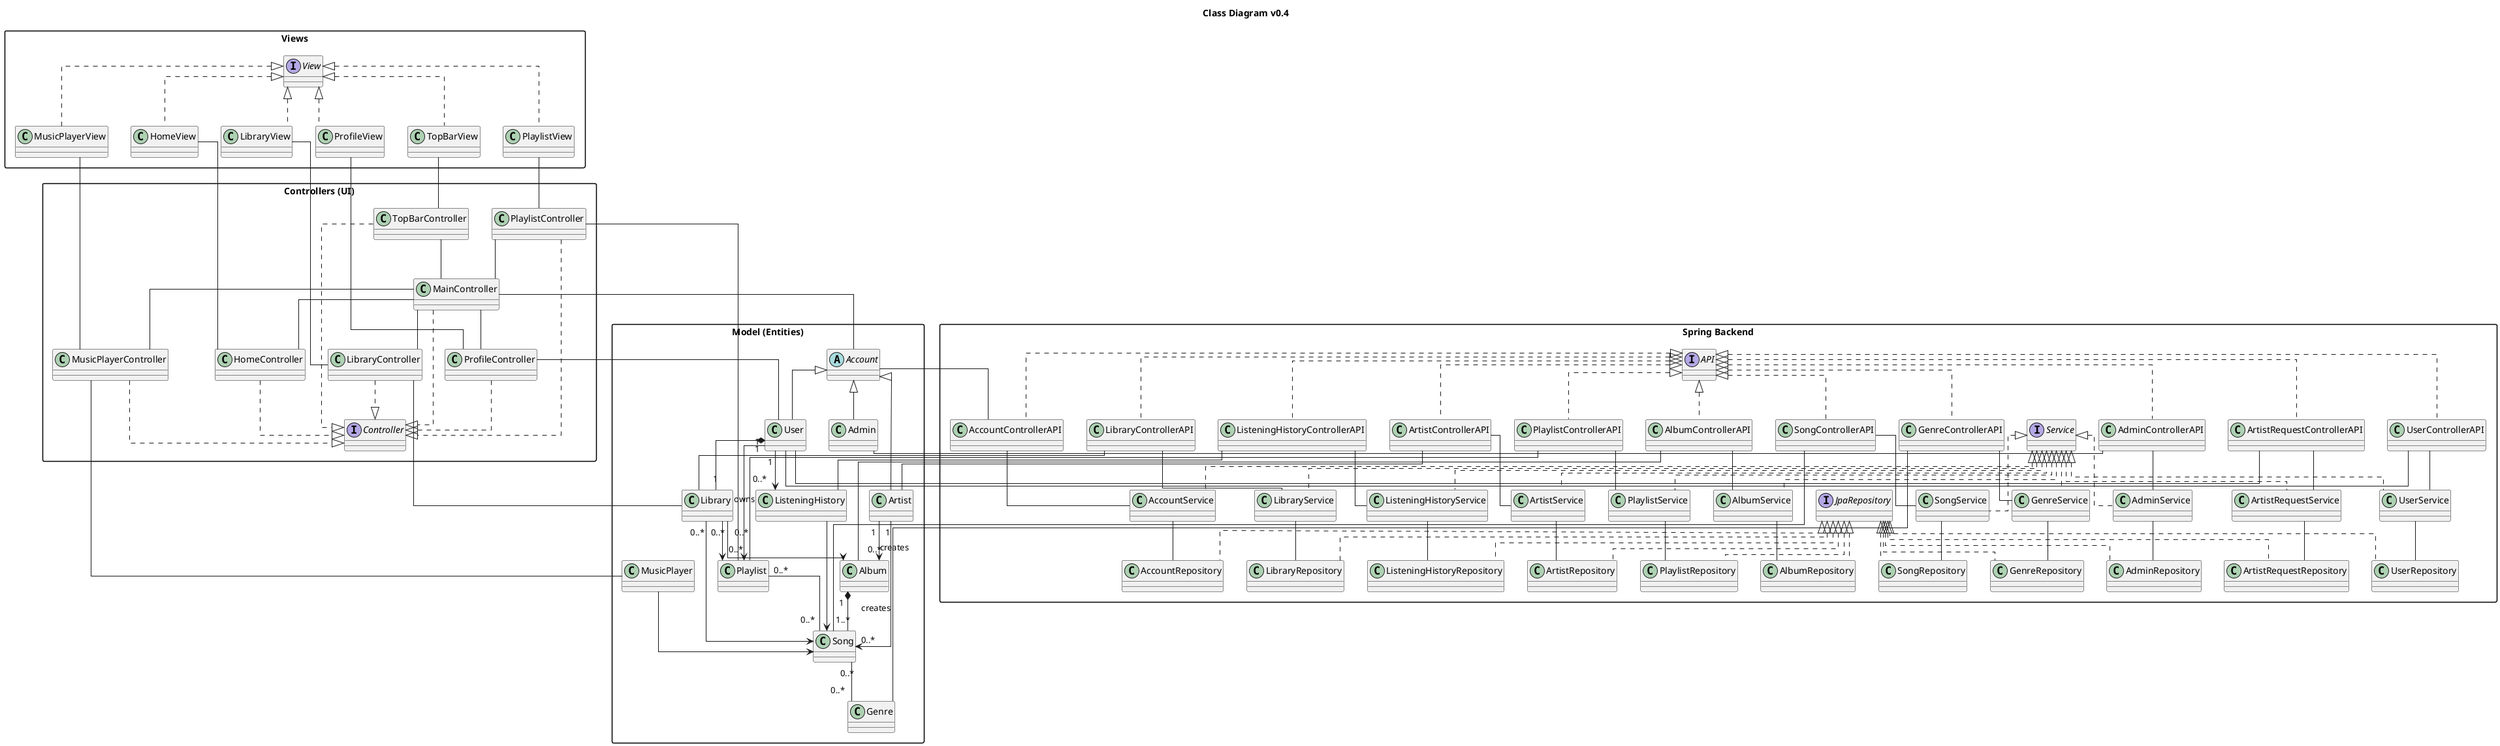
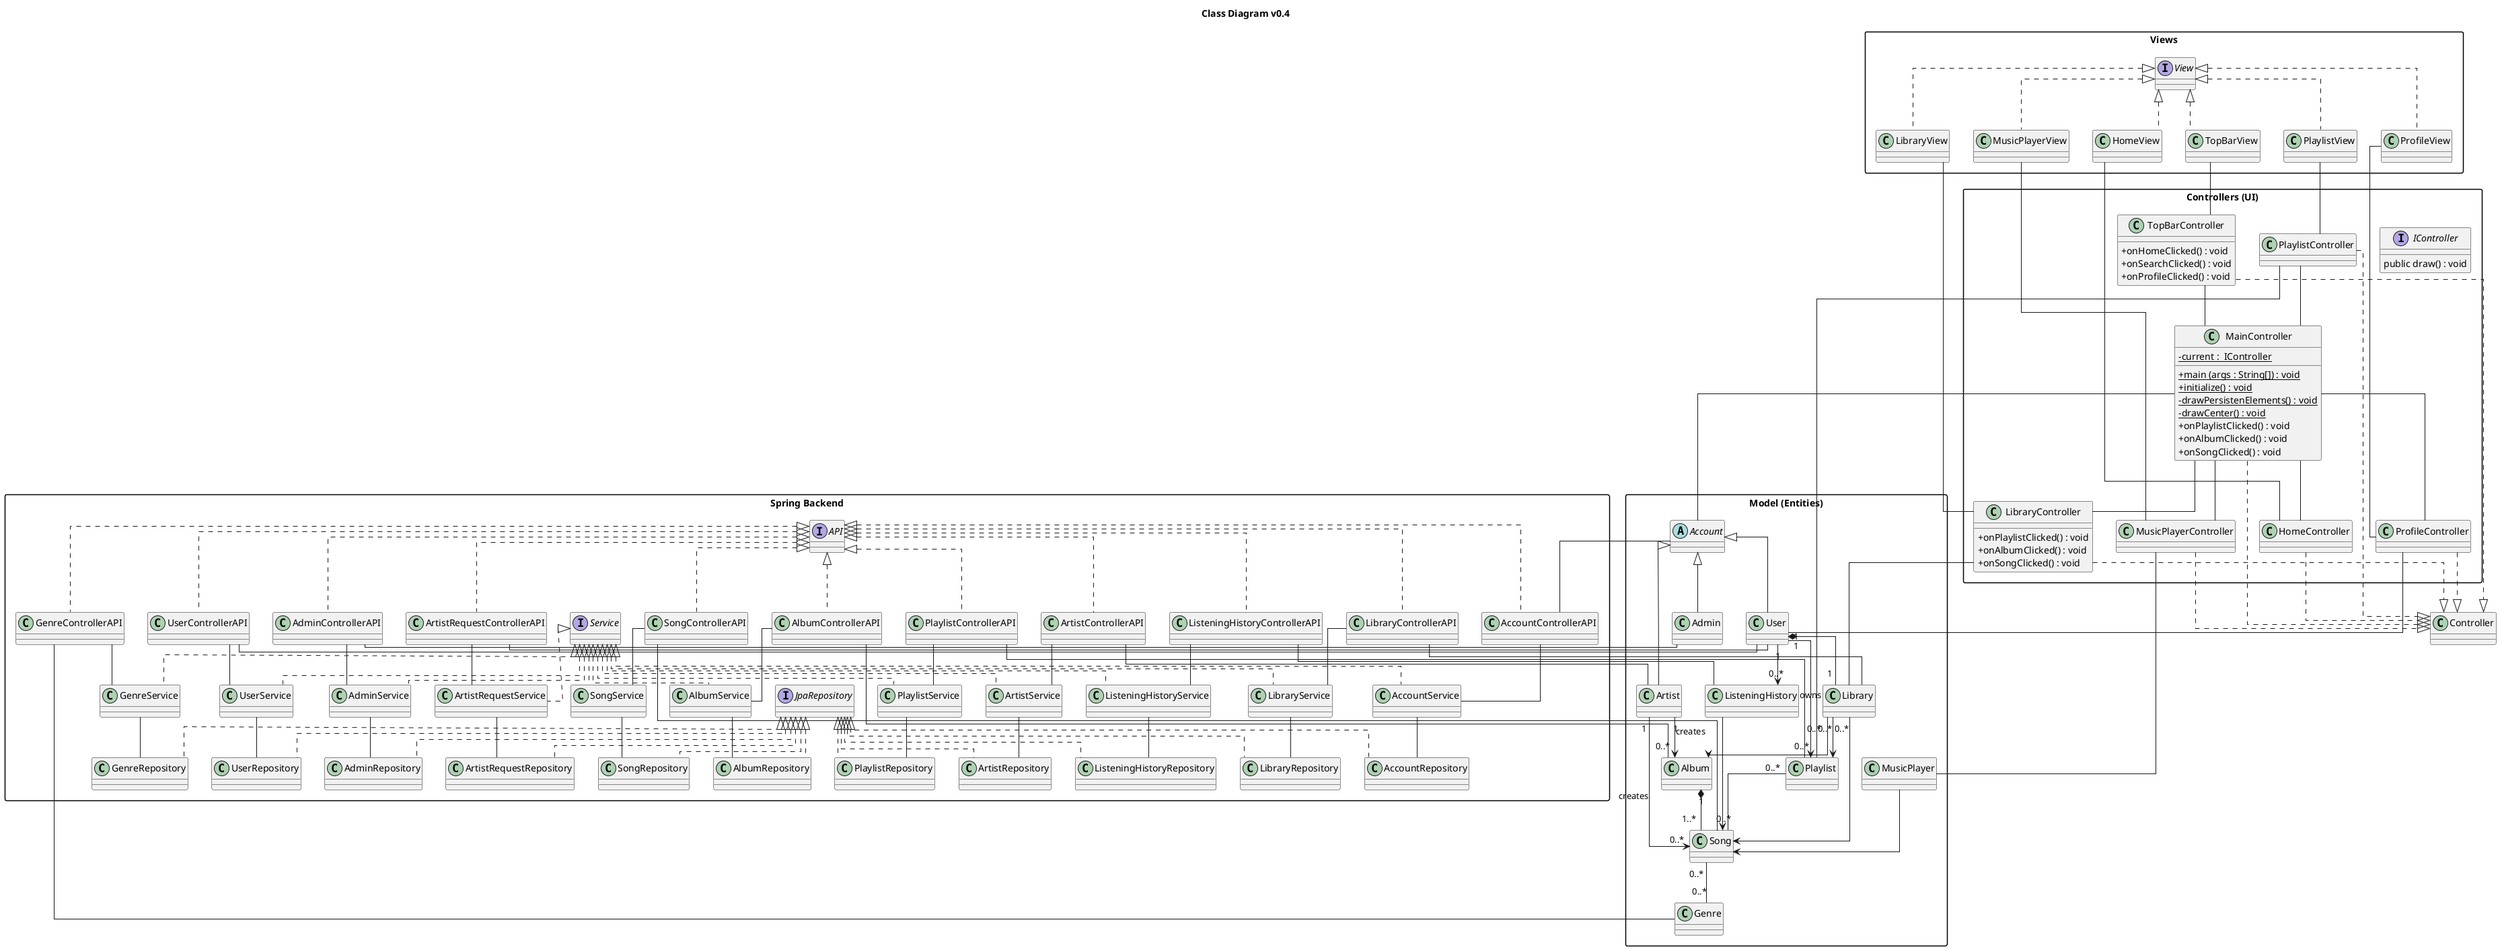
@startuml name

title Class Diagram v0.4

skinparam classAttributeIconSize 0
skinparam linetype ortho
skinparam packageStyle rectangle

' =====================
' DOMAIN LAYER (ENTITIES)
' =====================

package "Model (Entities)" {

    ' -------- ACCOUNT HIERARCHY --------
    abstract class Account
    class User
    class Artist
    class Admin

    Account <|-- User
    Account <|-- Artist
    Account <|-- Admin

    ' -------- MUSIC CORE --------
    class Song
    class Album
    class Genre

    Artist "1" --> "0..*" Song : creates
    Artist "1" --> "0..*" Album : creates

    Album "1" *-- "1..*" Song

    Song "0..*" -- "0..*" Genre

    ' -------- PLAYLIST SYSTEM --------
    class Playlist

    User "1" --> "0..*" Playlist : owns
    Playlist "0..*" -- "0..*" Song

    ' -------- LIBRARY --------
    class Library

    User "1" *-- "1" Library

    Library "0..*" --> Song
    Library "0..*" --> Album
    Library "0..*" --> Playlist

    ' -------- LISTENING HISTORY --------
    class ListeningHistory

    User "1" --> "0..*" ListeningHistory
    ListeningHistory --> Song

    ' -------- PLAYER --------
    class MusicPlayer
    MusicPlayer --> Song
}

' =====================
' PRESENTATION LAYER
' =====================

package "Controllers (UI)" {
-     interface Controller
-     class MainController
+     interface IController{
+         public draw() : void
+     }
+     class MainController{
+         - {static} current :  IController
+         + {static} main (args : String[]) : void
+         + {static} initialize() : void
+         - {static} drawPersistenElements() : void
+         - {static} drawCenter() : void
+         + onPlaylistClicked() : void
+         + onAlbumClicked() : void
+         + onSongClicked() : void
+     }
    class MusicPlayerController
    class HomeController
-     class LibraryController
-     class TopBarController
+     class LibraryController{
+         + onPlaylistClicked() : void
+         + onAlbumClicked() : void
+         + onSongClicked() : void
+     }
+     class TopBarController{
+         + onHomeClicked() : void
+         + onSearchClicked() : void
+         + onProfileClicked() : void
+     }
    class PlaylistController
    class ProfileController
}

package "Views" {
    interface View
    class MusicPlayerView
    class HomeView
    class LibraryView
    class TopBarView
    class PlaylistView
    class ProfileView
}

' UI links
MainController ..|> Controller
MusicPlayerController ..|> Controller
HomeController ..|> Controller
LibraryController ..|> Controller
TopBarController ..|> Controller
PlaylistController ..|> Controller
ProfileController ..|> Controller

View <|.. MusicPlayerView
View <|.. HomeView
View <|.. LibraryView
View <|.. TopBarView
View <|.. PlaylistView
View <|.. ProfileView

MusicPlayerController -- MusicPlayer
MusicPlayerView -- MusicPlayerController
MainController -- MusicPlayerController
MainController -- ProfileController
ProfileView -- ProfileController
ProfileController -- User
HomeView -- HomeController
MainController -- HomeController

LibraryView -- LibraryController
MainController -- LibraryController

PlaylistView -- PlaylistController
PlaylistController -- MainController

TopBarView -- TopBarController
TopBarController -- MainController
MainController -- Account

' =====================
' SPRING BACKEND
' =====================

package "Spring Backend" {

    ' Controllers (REST)
    interface API
    class AccountControllerAPI
    class UserControllerAPI
    class ArtistControllerAPI
    class AdminControllerAPI
    class SongControllerAPI
    class AlbumControllerAPI
    class PlaylistControllerAPI
    class LibraryControllerAPI
    class GenreControllerAPI
    class ListeningHistoryControllerAPI
    class ArtistRequestControllerAPI

    ' Services
    interface Service
    class AccountService
    class UserService
    class ArtistService
    class AdminService
    class SongService
    class AlbumService
    class PlaylistService
    class LibraryService
    class GenreService
    class ListeningHistoryService
    class ArtistRequestService

    ' Repositories (JPA)
    interface JpaRepository
    class AccountRepository
    class UserRepository
    class ArtistRepository
    class AdminRepository
    class SongRepository
    class AlbumRepository
    class PlaylistRepository
    class LibraryRepository
    class GenreRepository
    class ListeningHistoryRepository
    class ArtistRequestRepository
}

' Implementations

API <|.. AccountControllerAPI
API <|.. UserControllerAPI
API <|.. ArtistControllerAPI
API <|.. AdminControllerAPI
API <|.. SongControllerAPI
API <|.. AlbumControllerAPI
API <|.. PlaylistControllerAPI
API <|.. LibraryControllerAPI
API <|.. GenreControllerAPI
API <|.. ListeningHistoryControllerAPI
API <|.. ArtistRequestControllerAPI

Service <|.. AccountService
Service <|.. UserService
Service <|.. ArtistService
Service <|.. AdminService
Service <|.. SongService
Service <|.. AlbumService
Service <|.. PlaylistService
Service <|.. LibraryService
Service <|.. GenreService
Service <|.. ListeningHistoryService
Service <|.. ArtistRequestService

JpaRepository <|.. AccountRepository
JpaRepository <|.. UserRepository
JpaRepository <|.. ArtistRepository
JpaRepository <|.. AdminRepository
JpaRepository <|.. SongRepository
JpaRepository <|.. AlbumRepository
JpaRepository <|.. PlaylistRepository
JpaRepository <|.. LibraryRepository
JpaRepository <|.. GenreRepository
JpaRepository <|.. ListeningHistoryRepository
JpaRepository <|.. ArtistRequestRepository

' Controller → Service
AccountControllerAPI -- Account
UserControllerAPI -- User
AdminControllerAPI -- Admin
AccountControllerAPI -- AccountService
ArtistControllerAPI -- Artist
AlbumControllerAPI -- Album
GenreControllerAPI -- Genre
SongControllerAPI -- Song
ListeningHistoryControllerAPI -- ListeningHistory
UserControllerAPI -- UserService
ArtistControllerAPI -- ArtistService
AdminControllerAPI -- AdminService
SongControllerAPI -- SongService
AlbumControllerAPI -- AlbumService
PlaylistControllerAPI -- PlaylistService
LibraryControllerAPI -- LibraryService
GenreControllerAPI -- GenreService
ListeningHistoryControllerAPI -- ListeningHistoryService
ArtistRequestControllerAPI -- ArtistRequestService

' Service → Repository
AccountService -- AccountRepository
UserService -- UserRepository
ArtistService -- ArtistRepository
AdminService -- AdminRepository
SongService -- SongRepository
AlbumService -- AlbumRepository
PlaylistService -- PlaylistRepository
LibraryService -- LibraryRepository
GenreService -- GenreRepository
ListeningHistoryService -- ListeningHistoryRepository
ArtistRequestService -- ArtistRequestRepository


PlaylistController -- Playlist
LibraryController -- Library
Library -- LibraryControllerAPI
Playlist -- PlaylistControllerAPI
User -- ArtistRequestControllerAPI

@enduml